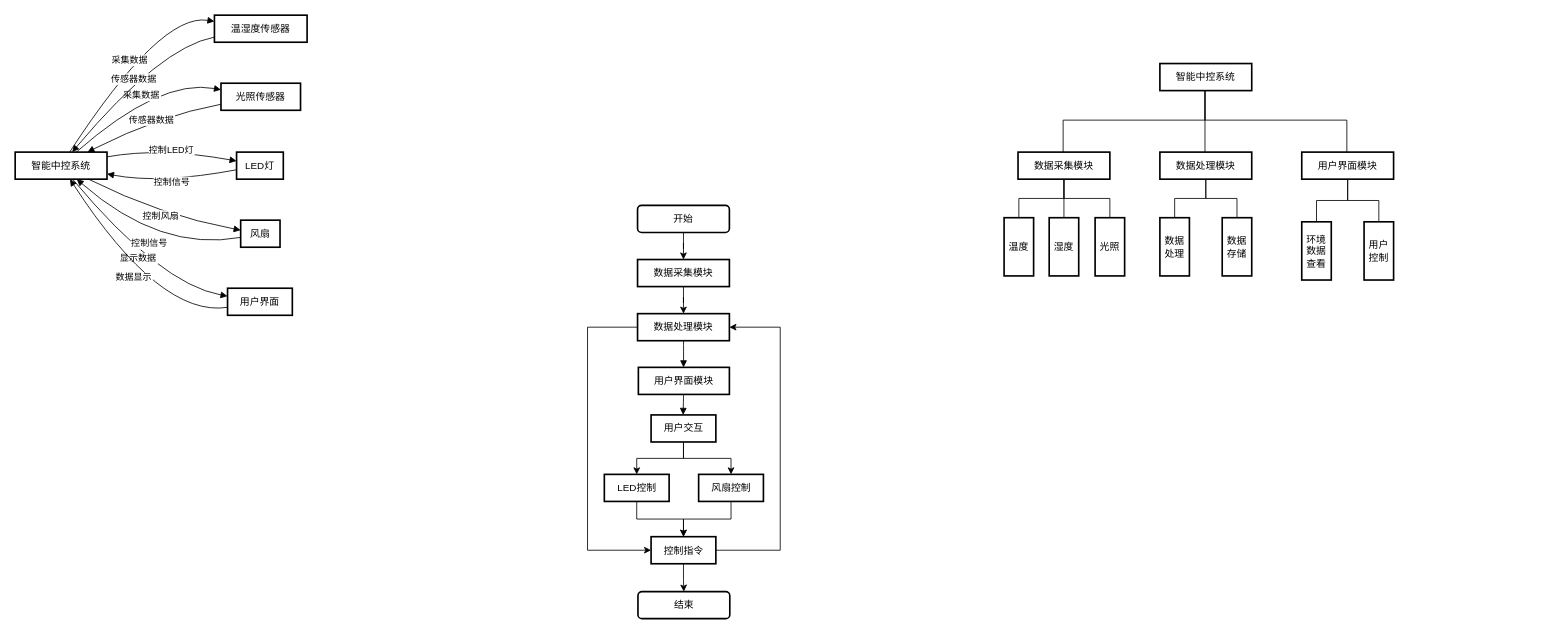
The draw.io diagram 智能硬件开发/智能中控系统架构图.drawio in kurisaW/Graph_Store, before the edit. Source tidied: cells renumbered, new cells numbered last; positions are measured from the earlier drawing's top-left corner, leaving out a move shared by most shapes. Both pictures are drawn from the tidied source at 82%, with x=0, y=0 at pixel (15, 12).
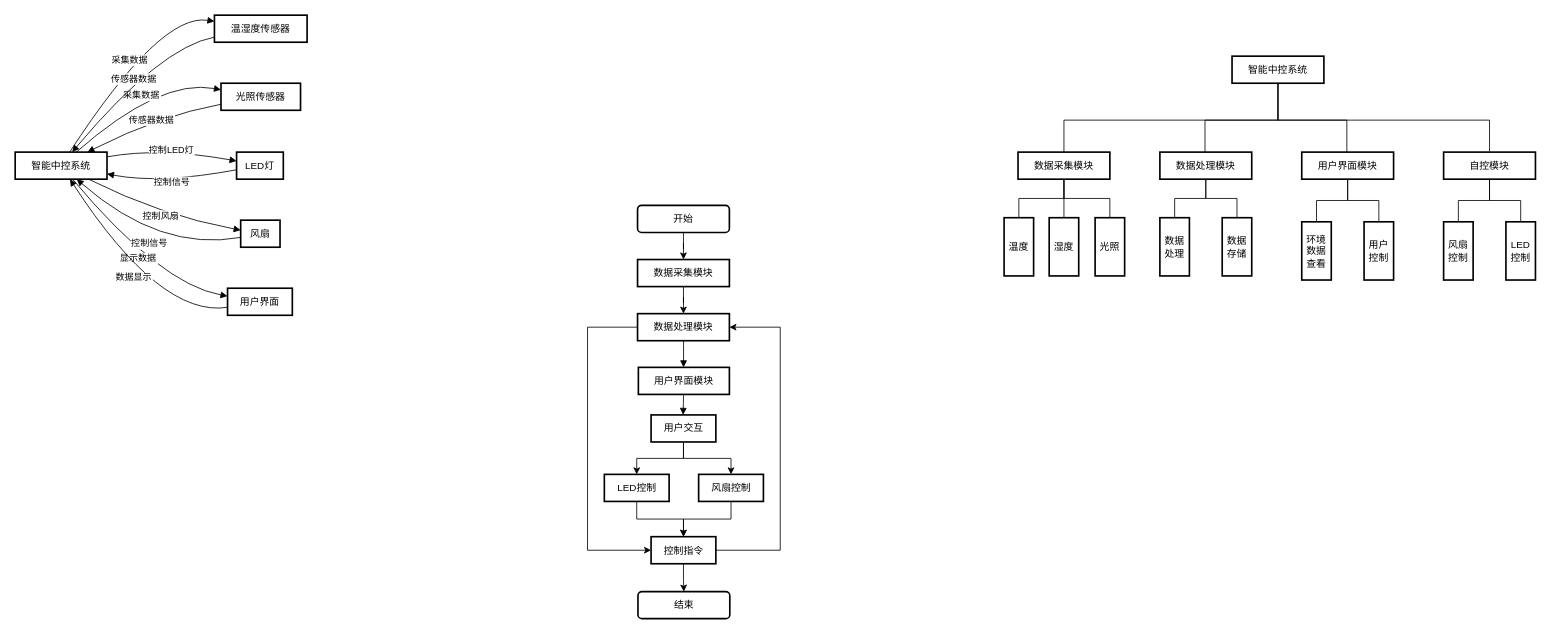
After the change.

Commit message:
更新智能中控系统架构图.drawio

The change refers to these unchanged cells:
```xml
<mxCell id="36" value="数据采集模块" style="whiteSpace=wrap;strokeWidth=2;" parent="1" vertex="1">
  <mxGeometry x="1223" y="170" width="112" height="33" as="geometry" />
</mxCell>
```

What changed in the source:
```diff
@@
-    <mxCell id="18" style="edgeStyle=orthogonalEdgeStyle;rounded=0;orthogonalLoop=1;jettySize=auto;html=1;endArrow=none;endFill=0;entryX=0.5;entryY=0;entryDx=0;entryDy=0;" parent="1" edge="1">
-      <mxGeometry relative="1" as="geometry">
-        <mxPoint x="1451" y="95" as="sourcePoint" />
-        <mxPoint x="1278" y="170" as="targetPoint" />
-        <Array as="points">
-          <mxPoint x="1451" y="131" />
-          <mxPoint x="1278" y="131" />
-        </Array>
-      </mxGeometry>
-    </mxCell>
     <mxCell id="19" style="edgeStyle=orthogonalEdgeStyle;rounded=0;orthogonalLoop=1;jettySize=auto;html=1;endArrow=none;endFill=0;" parent="1" edge="1">
       <mxGeometry relative="1" as="geometry">
-        <mxPoint x="1451" y="95" as="sourcePoint" />
+        <mxPoint x="1451" y="133" as="sourcePoint" />
         <mxPoint x="1451" y="170" as="targetPoint" />
       </mxGeometry>
     </mxCell>
     <mxCell id="20" style="edgeStyle=orthogonalEdgeStyle;rounded=0;orthogonalLoop=1;jettySize=auto;html=1;endArrow=none;endFill=0;" parent="1" edge="1">
       <mxGeometry relative="1" as="geometry">
-        <mxPoint x="1451" y="95" as="sourcePoint" />
+        <mxPoint x="1451" y="133" as="sourcePoint" />
         <mxPoint x="1624" y="170" as="targetPoint" />
         <Array as="points">
           <mxPoint x="1451" y="131" />
           <mxPoint x="1624" y="131" />
         </Array>
       </mxGeometry>
     </mxCell>
-    <mxCell id="21" value="智能中控系统" style="whiteSpace=wrap;strokeWidth=2;" parent="1" vertex="1">
-      <mxGeometry x="1396" y="62" width="112" height="33" as="geometry" />
-    </mxCell>
@@
+    <mxCell id="59" style="edgeStyle=orthogonalEdgeStyle;rounded=0;jettySize=auto;html=1;entryX=0.5;entryY=0;entryDx=0;entryDy=0;endArrow=none;endFill=0;" parent="1" edge="1" source="61" target="65">
+      <mxGeometry relative="1" as="geometry" />
+    </mxCell>
+    <mxCell id="60" style="edgeStyle=orthogonalEdgeStyle;rounded=0;jettySize=auto;html=1;endArrow=none;endFill=0;" parent="1" edge="1" source="61" target="66">
+      <mxGeometry relative="1" as="geometry" />
+    </mxCell>
+    <mxCell id="61" value="自控模块" style="whiteSpace=wrap;strokeWidth=2;" parent="1" vertex="1">
+      <mxGeometry x="1742" y="170" width="112" height="33" as="geometry" />
+    </mxCell>
+    <mxCell id="62" style="edgeStyle=orthogonalEdgeStyle;rounded=0;jettySize=auto;html=1;endArrow=none;endFill=0;" parent="1" edge="1" source="21">
+      <mxGeometry relative="1" as="geometry">
+        <mxPoint x="1540" y="131.4" as="targetPoint" />
+      </mxGeometry>
+    </mxCell>
+    <mxCell id="63" style="edgeStyle=orthogonalEdgeStyle;rounded=0;jettySize=auto;html=1;entryX=0.5;entryY=0;entryDx=0;entryDy=0;endArrow=none;endFill=0;" parent="1" edge="1" source="21" target="36">
+      <mxGeometry relative="1" as="geometry">
+        <Array as="points">
+          <mxPoint x="1540" y="131" />
+          <mxPoint x="1279" y="131" />
+        </Array>
+      </mxGeometry>
+    </mxCell>
+    <mxCell id="64" style="edgeStyle=orthogonalEdgeStyle;rounded=0;orthogonalLoop=1;jettySize=auto;html=1;endArrow=none;endFill=0;" parent="1" edge="1">
+      <mxGeometry relative="1" as="geometry">
+        <mxPoint x="1540" y="85" as="sourcePoint" />
+        <mxPoint x="1798" y="169" as="targetPoint" />
+        <Array as="points">
+          <mxPoint x="1540" y="131" />
+          <mxPoint x="1798" y="131" />
+        </Array>
+      </mxGeometry>
+    </mxCell>
+    <mxCell id="21" value="智能中控系统" style="whiteSpace=wrap;strokeWidth=2;" parent="1" vertex="1">
+      <mxGeometry x="1484" y="53" width="112" height="33" as="geometry" />
+    </mxCell>
+    <mxCell id="65" value="风扇控制" style="whiteSpace=wrap;strokeWidth=2;" parent="1" vertex="1">
+      <mxGeometry x="1742" y="255" width="36" height="71" as="geometry" />
+    </mxCell>
+    <mxCell id="66" value="LED控制" style="whiteSpace=wrap;strokeWidth=2;" parent="1" vertex="1">
+      <mxGeometry x="1818" y="255" width="36" height="71" as="geometry" />
+    </mxCell>
```
